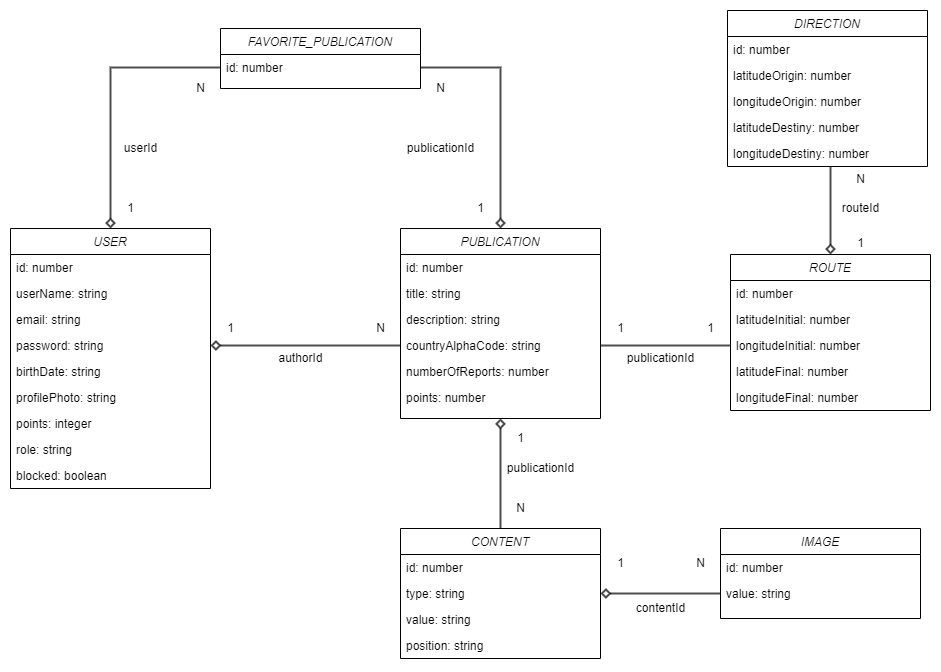
UDG-TravelGuide/travel-guide-user-api keeps this draw.io diagram as TravelGuideUML.png. Above is the earlier version. Source tidied: cells renumbered, new cells last; positions are measured from the earlier drawing's top-left corner, leaving out a move shared by most shapes.
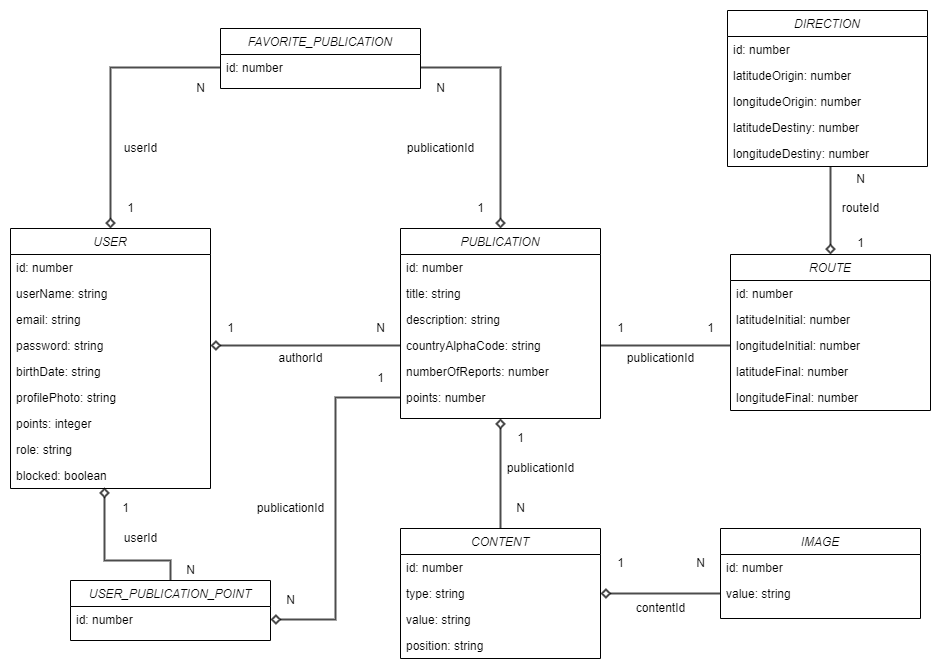
The same diagram one commit later.

Commit message:
Modificar UML

Change to the diagram source:
```diff
@@ -203,5 +203,40 @@
     <mxCell id="68" value="routeId" style="text;html=1;align=center;verticalAlign=middle;strokeColor=none;fillColor=none;" parent="1" vertex="1">
       <mxGeometry x="825" y="188" width="50" height="20" as="geometry" />
     </mxCell>
+    <mxCell id="69" value="USER_PUBLICATION_POINT" style="swimlane;fontStyle=2;align=center;verticalAlign=top;horizontal=1;startSize=26;rounded=0;shadow=0;strokeWidth=1;" parent="1" vertex="1">
+      <mxGeometry x="60" y="570" width="200" height="60" as="geometry" />
+    </mxCell>
+    <mxCell id="70" value="id: number" style="text;align=left;verticalAlign=top;spacingLeft=4;spacingRight=4;overflow=hidden;points=[[0,0.5],[1,0.5]];portConstraint=eastwest;" parent="69" vertex="1">
+      <mxGeometry y="26" width="200" height="26" as="geometry" />
+    </mxCell>
+    <mxCell id="71" style="edgeStyle=orthogonalEdgeStyle;rounded=0;jettySize=auto;html=1;exitX=0.47;exitY=0.962;exitDx=0;exitDy=0;entryX=0.5;entryY=0;entryDx=0;entryDy=0;endArrow=none;endFill=0;startArrow=diamond;startFill=0;targetPerimeterSpacing=0;endSize=2;strokeWidth=2;jumpSize=3;opacity=70;exitPerimeter=0;" parent="1" edge="1" source="11" target="69">
+      <mxGeometry relative="1" as="geometry">
+        <Array as="points">
+          <mxPoint x="94" y="550" />
+          <mxPoint x="160" y="550" />
+        </Array>
+      </mxGeometry>
+    </mxCell>
+    <mxCell id="72" style="edgeStyle=orthogonalEdgeStyle;rounded=0;jettySize=auto;html=1;exitX=1;exitY=0.5;exitDx=0;exitDy=0;entryX=0;entryY=0.5;entryDx=0;entryDy=0;endArrow=none;endFill=0;startArrow=diamond;startFill=0;targetPerimeterSpacing=0;endSize=2;strokeWidth=2;jumpSize=3;opacity=70;" parent="1" edge="1" source="70" target="19">
+      <mxGeometry relative="1" as="geometry" />
+    </mxCell>
+    <mxCell id="73" value="userId" style="text;html=1;align=center;verticalAlign=middle;strokeColor=none;fillColor=none;" parent="1" vertex="1">
+      <mxGeometry x="105" y="518" width="50" height="20" as="geometry" />
+    </mxCell>
+    <mxCell id="74" value="publicationId" style="text;html=1;align=center;verticalAlign=middle;strokeColor=none;fillColor=none;" parent="1" vertex="1">
+      <mxGeometry x="240" y="488" width="80" height="20" as="geometry" />
+    </mxCell>
+    <mxCell id="75" value="1" style="text;html=1;align=center;verticalAlign=middle;strokeColor=none;fillColor=none;" parent="1" vertex="1">
+      <mxGeometry x="105" y="488" width="20" height="20" as="geometry" />
+    </mxCell>
+    <mxCell id="76" value="N" style="text;html=1;align=center;verticalAlign=middle;strokeColor=none;fillColor=none;" parent="1" vertex="1">
+      <mxGeometry x="170" y="550" width="20" height="20" as="geometry" />
+    </mxCell>
+    <mxCell id="77" value="N" style="text;html=1;align=center;verticalAlign=middle;strokeColor=none;fillColor=none;" parent="1" vertex="1">
+      <mxGeometry x="270" y="580" width="20" height="20" as="geometry" />
+    </mxCell>
+    <mxCell id="78" value="1" style="text;html=1;align=center;verticalAlign=middle;strokeColor=none;fillColor=none;" parent="1" vertex="1">
+      <mxGeometry x="360" y="358" width="20" height="20" as="geometry" />
+    </mxCell>
   </root>
 </mxGraphModel>
```
